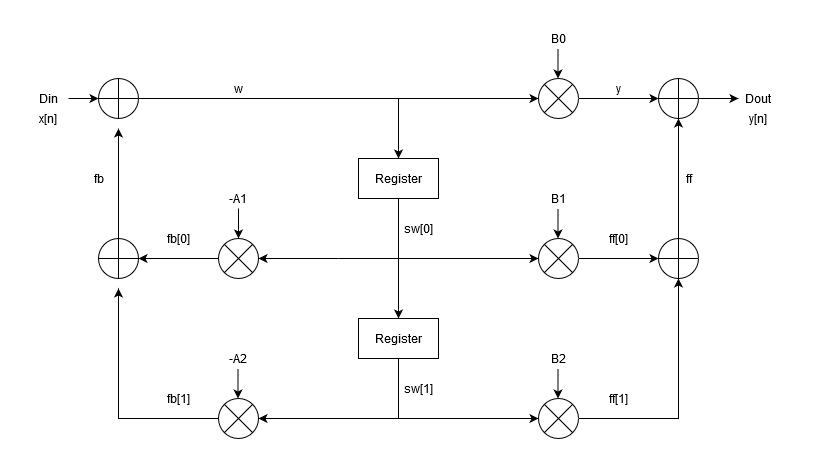
This is Lab1_ISA/Images/IIR_basic_version.png from alessionaclerio22/Integrated-Systems-Architecture-Labs, a draw.io export, as it was before one commit. Source tidied: cells renumbered, new cells last; positions are measured from the earlier drawing's top-left corner, leaving out a move shared by most shapes. Its diagram source:
```xml
<mxGraphModel background="#ffffff" math="1">
  <root>
    <mxCell id="0" />
    <mxCell id="1" parent="0" />
    <mxCell id="2" style="edgeStyle=orthogonalEdgeStyle;rounded=0;jettySize=auto;html=1;entryX=0.5;entryY=1;entryDx=0;entryDy=0;" parent="1" edge="1" source="3" target="5">
      <mxGeometry relative="1" as="geometry" />
    </mxCell>
    <mxCell id="3" style="shape=sumEllipse;perimeter=ellipsePerimeter;whiteSpace=wrap;html=1;backgroundOutline=1;direction=north;" parent="1" vertex="1">
      <mxGeometry x="190" y="210" width="40" height="40" as="geometry" />
    </mxCell>
    <mxCell id="4" style="edgeStyle=orthogonalEdgeStyle;rounded=0;jettySize=auto;html=1;exitX=1;exitY=0.5;exitDx=0;exitDy=0;" parent="1" edge="1" source="5">
      <mxGeometry relative="1" as="geometry">
        <mxPoint x="90" y="100" as="targetPoint" />
      </mxGeometry>
    </mxCell>
    <mxCell id="5" style="shape=orEllipse;perimeter=ellipsePerimeter;whiteSpace=wrap;html=1;backgroundOutline=1;direction=north;" parent="1" vertex="1">
      <mxGeometry x="70" y="210" width="40" height="40" as="geometry" />
    </mxCell>
    <mxCell id="6" style="edgeStyle=orthogonalEdgeStyle;rounded=0;jettySize=auto;html=1;" parent="1" edge="1" source="7">
      <mxGeometry relative="1" as="geometry">
        <mxPoint x="90" y="260" as="targetPoint" />
      </mxGeometry>
    </mxCell>
    <mxCell id="7" style="shape=sumEllipse;perimeter=ellipsePerimeter;whiteSpace=wrap;html=1;backgroundOutline=1;direction=north;" parent="1" vertex="1">
      <mxGeometry x="190" y="370" width="40" height="40" as="geometry" />
    </mxCell>
    <mxCell id="8" style="edgeStyle=orthogonalEdgeStyle;rounded=0;jettySize=auto;html=1;entryX=0;entryY=0.5;entryDx=0;entryDy=0;" parent="1" edge="1" source="9" target="11">
      <mxGeometry relative="1" as="geometry">
        <Array as="points">
          <mxPoint x="320" y="70" />
          <mxPoint x="320" y="70" />
        </Array>
      </mxGeometry>
    </mxCell>
    <mxCell id="9" style="shape=orEllipse;perimeter=ellipsePerimeter;whiteSpace=wrap;html=1;backgroundOutline=1;" parent="1" vertex="1">
      <mxGeometry x="70" y="50" width="40" height="40" as="geometry" />
    </mxCell>
    <mxCell id="10" style="edgeStyle=orthogonalEdgeStyle;rounded=0;jettySize=auto;html=1;" parent="1" edge="1" source="11">
      <mxGeometry relative="1" as="geometry">
        <mxPoint x="630" y="70" as="targetPoint" />
      </mxGeometry>
    </mxCell>
    <mxCell id="11" style="shape=sumEllipse;perimeter=ellipsePerimeter;whiteSpace=wrap;html=1;backgroundOutline=1;" parent="1" vertex="1">
      <mxGeometry x="510" y="50" width="40" height="40" as="geometry" />
    </mxCell>
    <mxCell id="12" style="edgeStyle=orthogonalEdgeStyle;rounded=0;jettySize=auto;html=1;" parent="1" edge="1" source="13">
      <mxGeometry relative="1" as="geometry">
        <mxPoint x="710" y="70" as="targetPoint" />
      </mxGeometry>
    </mxCell>
    <mxCell id="13" style="shape=orEllipse;perimeter=ellipsePerimeter;whiteSpace=wrap;html=1;backgroundOutline=1;" parent="1" vertex="1">
      <mxGeometry x="630" y="50" width="40" height="40" as="geometry" />
    </mxCell>
    <mxCell id="14" value="Dout" style="text;html=1;strokeColor=none;fillColor=none;align=center;verticalAlign=middle;whiteSpace=wrap;rounded=0;" parent="1" vertex="1">
      <mxGeometry x="700" y="60" width="60" height="20" as="geometry" />
    </mxCell>
    <mxCell id="15" style="edgeStyle=orthogonalEdgeStyle;rounded=0;jettySize=auto;html=1;" parent="1" edge="1" source="16" target="9">
      <mxGeometry relative="1" as="geometry" />
    </mxCell>
    <mxCell id="16" value="Din" style="text;html=1;strokeColor=none;fillColor=none;align=center;verticalAlign=middle;whiteSpace=wrap;rounded=0;" parent="1" vertex="1">
      <mxGeometry y="60" width="40" height="20" as="geometry" />
    </mxCell>
    <mxCell id="17" style="edgeStyle=orthogonalEdgeStyle;rounded=0;jettySize=auto;html=1;exitX=0.5;exitY=1;exitDx=0;exitDy=0;entryX=0.5;entryY=0;entryDx=0;entryDy=0;" parent="1" edge="1" source="18" target="21">
      <mxGeometry relative="1" as="geometry" />
    </mxCell>
    <mxCell id="18" value="Register" style="rounded=0;whiteSpace=wrap;html=1;" parent="1" vertex="1">
      <mxGeometry x="330" y="130" width="80" height="40" as="geometry" />
    </mxCell>
    <mxCell id="19" style="endArrow=classic;html=1;entryX=0.5;entryY=0;entryDx=0;entryDy=0;" parent="1" edge="1" target="18">
      <mxGeometry relative="1" as="geometry">
        <mxPoint x="370" y="70" as="sourcePoint" />
      </mxGeometry>
    </mxCell>
    <mxCell id="20" style="edgeStyle=orthogonalEdgeStyle;rounded=0;jettySize=auto;html=1;exitX=0.5;exitY=1;exitDx=0;exitDy=0;entryX=0;entryY=0.5;entryDx=0;entryDy=0;" parent="1" edge="1" source="21" target="27">
      <mxGeometry relative="1" as="geometry" />
    </mxCell>
    <mxCell id="21" value="Register" style="rounded=0;whiteSpace=wrap;html=1;" parent="1" vertex="1">
      <mxGeometry x="330" y="290" width="80" height="40" as="geometry" />
    </mxCell>
    <mxCell id="22" style="edgeStyle=orthogonalEdgeStyle;rounded=0;jettySize=auto;html=1;" parent="1" edge="1" source="23">
      <mxGeometry relative="1" as="geometry">
        <mxPoint x="630" y="230" as="targetPoint" />
      </mxGeometry>
    </mxCell>
    <mxCell id="23" style="shape=sumEllipse;perimeter=ellipsePerimeter;whiteSpace=wrap;html=1;backgroundOutline=1;" parent="1" vertex="1">
      <mxGeometry x="510" y="210" width="40" height="40" as="geometry" />
    </mxCell>
    <mxCell id="24" style="edgeStyle=orthogonalEdgeStyle;rounded=0;jettySize=auto;html=1;exitX=0.5;exitY=0;exitDx=0;exitDy=0;entryX=0.5;entryY=1;entryDx=0;entryDy=0;" parent="1" edge="1" source="25" target="13">
      <mxGeometry relative="1" as="geometry" />
    </mxCell>
    <mxCell id="25" style="shape=orEllipse;perimeter=ellipsePerimeter;whiteSpace=wrap;html=1;backgroundOutline=1;" parent="1" vertex="1">
      <mxGeometry x="630" y="210" width="40" height="40" as="geometry" />
    </mxCell>
    <mxCell id="26" style="edgeStyle=orthogonalEdgeStyle;rounded=0;jettySize=auto;html=1;entryX=0.5;entryY=1;entryDx=0;entryDy=0;" parent="1" edge="1" source="27" target="25">
      <mxGeometry relative="1" as="geometry" />
    </mxCell>
    <mxCell id="27" style="shape=sumEllipse;perimeter=ellipsePerimeter;whiteSpace=wrap;html=1;backgroundOutline=1;" parent="1" vertex="1">
      <mxGeometry x="510" y="370" width="40" height="40" as="geometry" />
    </mxCell>
    <mxCell id="28" style="endArrow=classic;html=1;entryX=0;entryY=0.5;entryDx=0;entryDy=0;" parent="1" edge="1" target="23">
      <mxGeometry relative="1" as="geometry">
        <mxPoint x="310" y="230" as="sourcePoint" />
      </mxGeometry>
    </mxCell>
    <mxCell id="29" style="endArrow=classic;html=1;entryX=0.5;entryY=1;entryDx=0;entryDy=0;" parent="1" edge="1" target="3">
      <mxGeometry relative="1" as="geometry">
        <mxPoint x="310" y="230" as="sourcePoint" />
      </mxGeometry>
    </mxCell>
    <mxCell id="30" style="endArrow=classic;html=1;entryX=0.5;entryY=1;entryDx=0;entryDy=0;" parent="1" edge="1" target="7">
      <mxGeometry relative="1" as="geometry">
        <mxPoint x="370" y="390" as="sourcePoint" />
      </mxGeometry>
    </mxCell>
    <mxCell id="31" style="endArrow=classic;html=1;entryX=1;entryY=0.5;entryDx=0;entryDy=0;" parent="1" edge="1" target="3">
      <mxGeometry relative="1" as="geometry">
        <mxPoint x="210" y="180" as="sourcePoint" />
      </mxGeometry>
    </mxCell>
    <mxCell id="32" style="endArrow=classic;html=1;entryX=1;entryY=0.5;entryDx=0;entryDy=0;" parent="1" edge="1">
      <mxGeometry relative="1" as="geometry">
        <mxPoint x="209.5" y="340" as="sourcePoint" />
        <mxPoint x="209.5" y="370" as="targetPoint" />
      </mxGeometry>
    </mxCell>
    <mxCell id="33" style="endArrow=classic;html=1;entryX=1;entryY=0.5;entryDx=0;entryDy=0;" parent="1" edge="1">
      <mxGeometry relative="1" as="geometry">
        <mxPoint x="529.5" y="180" as="sourcePoint" />
        <mxPoint x="529.5" y="210" as="targetPoint" />
      </mxGeometry>
    </mxCell>
    <mxCell id="34" style="endArrow=classic;html=1;entryX=1;entryY=0.5;entryDx=0;entryDy=0;" parent="1" edge="1">
      <mxGeometry relative="1" as="geometry">
        <mxPoint x="529.5" y="20" as="sourcePoint" />
        <mxPoint x="529.5" y="50" as="targetPoint" />
      </mxGeometry>
    </mxCell>
    <mxCell id="35" style="endArrow=classic;html=1;entryX=1;entryY=0.5;entryDx=0;entryDy=0;" parent="1" edge="1">
      <mxGeometry relative="1" as="geometry">
        <mxPoint x="529.5" y="340" as="sourcePoint" />
        <mxPoint x="529.5" y="370" as="targetPoint" />
      </mxGeometry>
    </mxCell>
    <mxCell id="36" value="-A1" style="text;html=1;strokeColor=none;fillColor=none;align=center;verticalAlign=middle;whiteSpace=wrap;rounded=0;" parent="1" vertex="1">
      <mxGeometry x="190" y="160" width="40" height="20" as="geometry" />
    </mxCell>
    <mxCell id="37" value="-A2" style="text;html=1;strokeColor=none;fillColor=none;align=center;verticalAlign=middle;whiteSpace=wrap;rounded=0;" parent="1" vertex="1">
      <mxGeometry x="190" y="320" width="40" height="20" as="geometry" />
    </mxCell>
    <mxCell id="38" value="B0" style="text;html=1;strokeColor=none;fillColor=none;align=center;verticalAlign=middle;whiteSpace=wrap;rounded=0;" parent="1" vertex="1">
      <mxGeometry x="510" width="40" height="20" as="geometry" />
    </mxCell>
    <mxCell id="39" value="B1" style="text;html=1;strokeColor=none;fillColor=none;align=center;verticalAlign=middle;whiteSpace=wrap;rounded=0;" parent="1" vertex="1">
      <mxGeometry x="510" y="160" width="40" height="20" as="geometry" />
    </mxCell>
    <mxCell id="40" value="B2" style="text;html=1;strokeColor=none;fillColor=none;align=center;verticalAlign=middle;whiteSpace=wrap;rounded=0;" parent="1" vertex="1">
      <mxGeometry x="510" y="320" width="40" height="20" as="geometry" />
    </mxCell>
    <mxCell id="41" value="x[n]" style="text;html=1;strokeColor=none;fillColor=none;align=center;verticalAlign=middle;whiteSpace=wrap;rounded=0;" parent="1" vertex="1">
      <mxGeometry y="80" width="40" height="20" as="geometry" />
    </mxCell>
    <mxCell id="42" value="y[n]" style="text;html=1;strokeColor=none;fillColor=none;align=center;verticalAlign=middle;whiteSpace=wrap;rounded=0;" parent="1" vertex="1">
      <mxGeometry x="710" y="80" width="40" height="20" as="geometry" />
    </mxCell>
    <mxCell id="43" value="sw[0]" style="text;html=1;strokeColor=none;fillColor=none;align=center;verticalAlign=middle;whiteSpace=wrap;rounded=0;" parent="1" vertex="1">
      <mxGeometry x="370" y="190" width="40" height="20" as="geometry" />
    </mxCell>
    <mxCell id="44" value="sw[1]" style="text;html=1;strokeColor=none;fillColor=none;align=center;verticalAlign=middle;whiteSpace=wrap;rounded=0;" parent="1" vertex="1">
      <mxGeometry x="370" y="350" width="40" height="20" as="geometry" />
    </mxCell>
    <mxCell id="45" value="fb[0]" style="text;html=1;strokeColor=none;fillColor=none;align=center;verticalAlign=middle;whiteSpace=wrap;rounded=0;" parent="1" vertex="1">
      <mxGeometry x="130" y="200" width="40" height="20" as="geometry" />
    </mxCell>
    <mxCell id="46" value="fb[1]" style="text;html=1;strokeColor=none;fillColor=none;align=center;verticalAlign=middle;whiteSpace=wrap;rounded=0;" parent="1" vertex="1">
      <mxGeometry x="130" y="360" width="40" height="20" as="geometry" />
    </mxCell>
    <mxCell id="47" value="ff[0]" style="text;html=1;strokeColor=none;fillColor=none;align=center;verticalAlign=middle;whiteSpace=wrap;rounded=0;" parent="1" vertex="1">
      <mxGeometry x="570" y="200" width="40" height="20" as="geometry" />
    </mxCell>
    <mxCell id="48" value="ff[1]" style="text;html=1;strokeColor=none;fillColor=none;align=center;verticalAlign=middle;whiteSpace=wrap;rounded=0;" parent="1" vertex="1">
      <mxGeometry x="570" y="360" width="40" height="20" as="geometry" />
    </mxCell>
    <mxCell id="49" value="w" style="text;html=1;strokeColor=none;fillColor=none;align=center;verticalAlign=middle;whiteSpace=wrap;rounded=0;" parent="1" vertex="1">
      <mxGeometry x="190" y="50" width="40" height="20" as="geometry" />
    </mxCell>
    <mxCell id="50" value="y" style="text;html=1;align=center;verticalAlign=middle;" parent="1" vertex="1">
      <mxGeometry x="580" y="50" width="20" height="20" as="geometry" />
    </mxCell>
    <mxCell id="51" value="ff" style="text;html=1;align=center;verticalAlign=middle;" parent="1" vertex="1">
      <mxGeometry x="650" y="140" width="20" height="20" as="geometry" />
    </mxCell>
    <mxCell id="52" value="fb" style="text;html=1;align=center;verticalAlign=middle;" parent="1" vertex="1">
      <mxGeometry x="55" y="140" width="30" height="20" as="geometry" />
    </mxCell>
  </root>
</mxGraphModel>
```
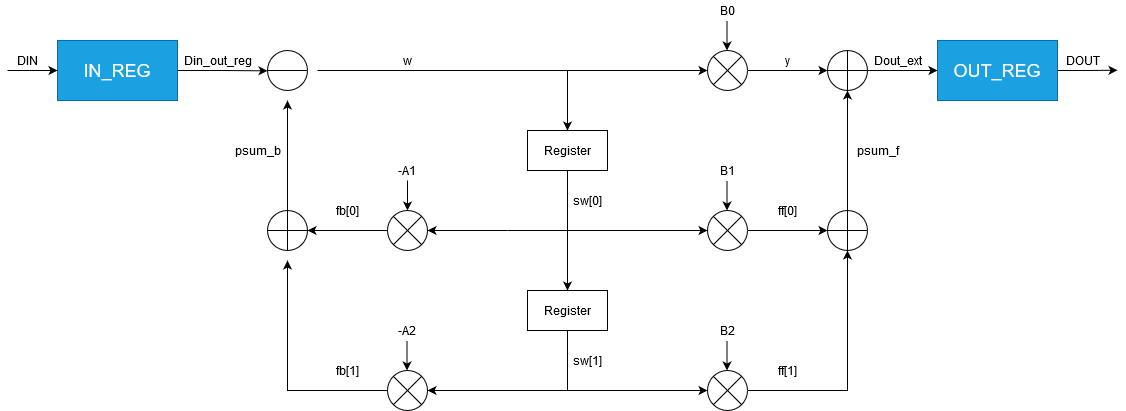
Above is the later version.

Change to the diagram source:
```diff
@@ -24,17 +24,15 @@
     <mxCell id="7" style="shape=sumEllipse;perimeter=ellipsePerimeter;whiteSpace=wrap;html=1;backgroundOutline=1;direction=north;" parent="1" vertex="1">
       <mxGeometry x="190" y="370" width="40" height="40" as="geometry" />
     </mxCell>
-    <mxCell id="8" style="edgeStyle=orthogonalEdgeStyle;rounded=0;jettySize=auto;html=1;entryX=0;entryY=0.5;entryDx=0;entryDy=0;" parent="1" edge="1" source="9" target="11">
+    <mxCell id="8" style="edgeStyle=orthogonalEdgeStyle;rounded=0;jettySize=auto;html=1;entryX=0;entryY=0.5;entryDx=0;entryDy=0;" parent="1" edge="1" target="11">
       <mxGeometry relative="1" as="geometry">
+        <mxPoint x="120" y="70" as="sourcePoint" />
         <Array as="points">
           <mxPoint x="320" y="70" />
           <mxPoint x="320" y="70" />
         </Array>
       </mxGeometry>
     </mxCell>
-    <mxCell id="9" style="shape=orEllipse;perimeter=ellipsePerimeter;whiteSpace=wrap;html=1;backgroundOutline=1;" parent="1" vertex="1">
-      <mxGeometry x="70" y="50" width="40" height="40" as="geometry" />
-    </mxCell>
     <mxCell id="10" style="edgeStyle=orthogonalEdgeStyle;rounded=0;jettySize=auto;html=1;" parent="1" edge="1" source="11">
       <mxGeometry relative="1" as="geometry">
         <mxPoint x="630" y="70" as="targetPoint" />
@@ -43,23 +41,12 @@
     <mxCell id="11" style="shape=sumEllipse;perimeter=ellipsePerimeter;whiteSpace=wrap;html=1;backgroundOutline=1;" parent="1" vertex="1">
       <mxGeometry x="510" y="50" width="40" height="40" as="geometry" />
     </mxCell>
-    <mxCell id="12" style="edgeStyle=orthogonalEdgeStyle;rounded=0;jettySize=auto;html=1;" parent="1" edge="1" source="13">
-      <mxGeometry relative="1" as="geometry">
-        <mxPoint x="710" y="70" as="targetPoint" />
-      </mxGeometry>
+    <mxCell id="12" style="edgeStyle=orthogonalEdgeStyle;rounded=0;jettySize=auto;html=1;entryX=0;entryY=0.5;entryDx=0;entryDy=0;" parent="1" edge="1" source="13" target="61">
+      <mxGeometry relative="1" as="geometry" />
     </mxCell>
     <mxCell id="13" style="shape=orEllipse;perimeter=ellipsePerimeter;whiteSpace=wrap;html=1;backgroundOutline=1;" parent="1" vertex="1">
       <mxGeometry x="630" y="50" width="40" height="40" as="geometry" />
     </mxCell>
-    <mxCell id="14" value="Dout" style="text;html=1;strokeColor=none;fillColor=none;align=center;verticalAlign=middle;whiteSpace=wrap;rounded=0;" parent="1" vertex="1">
-      <mxGeometry x="700" y="60" width="60" height="20" as="geometry" />
-    </mxCell>
-    <mxCell id="15" style="edgeStyle=orthogonalEdgeStyle;rounded=0;jettySize=auto;html=1;" parent="1" edge="1" source="16" target="9">
-      <mxGeometry relative="1" as="geometry" />
-    </mxCell>
-    <mxCell id="16" value="Din" style="text;html=1;strokeColor=none;fillColor=none;align=center;verticalAlign=middle;whiteSpace=wrap;rounded=0;" parent="1" vertex="1">
-      <mxGeometry y="60" width="40" height="20" as="geometry" />
-    </mxCell>
     <mxCell id="17" style="edgeStyle=orthogonalEdgeStyle;rounded=0;jettySize=auto;html=1;exitX=0.5;exitY=1;exitDx=0;exitDy=0;entryX=0.5;entryY=0;entryDx=0;entryDy=0;" parent="1" edge="1" source="18" target="21">
       <mxGeometry relative="1" as="geometry" />
     </mxCell>
@@ -156,12 +143,6 @@
     <mxCell id="40" value="B2" style="text;html=1;strokeColor=none;fillColor=none;align=center;verticalAlign=middle;whiteSpace=wrap;rounded=0;" parent="1" vertex="1">
       <mxGeometry x="510" y="320" width="40" height="20" as="geometry" />
     </mxCell>
-    <mxCell id="41" value="x[n]" style="text;html=1;strokeColor=none;fillColor=none;align=center;verticalAlign=middle;whiteSpace=wrap;rounded=0;" parent="1" vertex="1">
-      <mxGeometry y="80" width="40" height="20" as="geometry" />
-    </mxCell>
-    <mxCell id="42" value="y[n]" style="text;html=1;strokeColor=none;fillColor=none;align=center;verticalAlign=middle;whiteSpace=wrap;rounded=0;" parent="1" vertex="1">
-      <mxGeometry x="710" y="80" width="40" height="20" as="geometry" />
-    </mxCell>
     <mxCell id="43" value="sw[0]" style="text;html=1;strokeColor=none;fillColor=none;align=center;verticalAlign=middle;whiteSpace=wrap;rounded=0;" parent="1" vertex="1">
       <mxGeometry x="370" y="190" width="40" height="20" as="geometry" />
     </mxCell>
@@ -186,11 +167,56 @@
     <mxCell id="50" value="y" style="text;html=1;align=center;verticalAlign=middle;" parent="1" vertex="1">
       <mxGeometry x="580" y="50" width="20" height="20" as="geometry" />
     </mxCell>
-    <mxCell id="51" value="ff" style="text;html=1;align=center;verticalAlign=middle;" parent="1" vertex="1">
-      <mxGeometry x="650" y="140" width="20" height="20" as="geometry" />
+    <mxCell id="51" value="psum_f" style="text;html=1;align=center;verticalAlign=middle;" parent="1" vertex="1">
+      <mxGeometry x="650" y="140" width="60" height="20" as="geometry" />
     </mxCell>
-    <mxCell id="52" value="fb" style="text;html=1;align=center;verticalAlign=middle;" parent="1" vertex="1">
-      <mxGeometry x="55" y="140" width="30" height="20" as="geometry" />
+    <mxCell id="52" value="psum_b" style="text;html=1;align=center;verticalAlign=middle;" parent="1" vertex="1">
+      <mxGeometry x="30" y="140" width="60" height="20" as="geometry" />
     </mxCell>
+    <mxCell id="53" style="ellipse;whiteSpace=wrap;html=1;" parent="1" vertex="1">
+      <mxGeometry x="70" y="50" width="40" height="40" as="geometry" />
+    </mxCell>
+    <mxCell id="54" style="endArrow=none;html=1;exitX=0;exitY=0.5;exitDx=0;exitDy=0;entryX=1;entryY=0.5;entryDx=0;entryDy=0;" parent="1" edge="1" source="53" target="53">
+      <mxGeometry relative="1" as="geometry" />
+    </mxCell>
+    <mxCell id="55" style="edgeStyle=orthogonalEdgeStyle;rounded=0;jettySize=auto;html=1;exitX=1;exitY=0.5;exitDx=0;exitDy=0;" parent="1" edge="1" source="56">
+      <mxGeometry relative="1" as="geometry">
+        <mxPoint x="70" y="70.3" as="targetPoint" />
+        <Array as="points">
+          <mxPoint x="25" y="70" />
+        </Array>
+      </mxGeometry>
+    </mxCell>
+    <mxCell id="56" value="&lt;font style=&quot;font-size: 18px&quot;&gt;IN_REG&lt;/font&gt;" style="rounded=0;whiteSpace=wrap;html=1;fillColor=#1ba1e2;strokeColor=#006EAF;fontColor=#ffffff;" parent="1" vertex="1">
+      <mxGeometry x="-140" y="40" width="120" height="60" as="geometry" />
+    </mxCell>
+    <mxCell id="57" style="endArrow=classic;html=1;entryX=0;entryY=0.5;entryDx=0;entryDy=0;" parent="1" edge="1" target="56">
+      <mxGeometry relative="1" as="geometry">
+        <mxPoint x="-190" y="70" as="sourcePoint" />
+      </mxGeometry>
+    </mxCell>
+    <mxCell id="58" value="DIN" style="text;html=1;align=center;verticalAlign=middle;" parent="1" vertex="1">
+      <mxGeometry x="-190" y="50" width="40" height="20" as="geometry" />
+    </mxCell>
+    <mxCell id="59" value="Din_out_reg" style="text;html=1;align=center;verticalAlign=middle;" parent="1" vertex="1">
+      <mxGeometry x="-20" y="50" width="80" height="20" as="geometry" />
+    </mxCell>
+    <mxCell id="60" style="edgeStyle=orthogonalEdgeStyle;rounded=0;jettySize=auto;html=1;exitX=1;exitY=0.5;exitDx=0;exitDy=0;" parent="1" edge="1" source="61">
+      <mxGeometry relative="1" as="geometry">
+        <mxPoint x="920" y="69.7" as="targetPoint" />
+        <Array as="points">
+          <mxPoint x="890" y="70" />
+        </Array>
+      </mxGeometry>
+    </mxCell>
+    <mxCell id="61" value="&lt;font style=&quot;font-size: 18px&quot;&gt;OUT_REG&lt;/font&gt;" style="rounded=0;whiteSpace=wrap;html=1;fillColor=#1ba1e2;strokeColor=#006EAF;fontColor=#ffffff;" parent="1" vertex="1">
+      <mxGeometry x="740" y="40" width="120" height="60" as="geometry" />
+    </mxCell>
+    <mxCell id="62" value="Dout_ext" style="text;html=1;align=center;verticalAlign=middle;" parent="1" vertex="1">
+      <mxGeometry x="670" y="50" width="60" height="20" as="geometry" />
+    </mxCell>
+    <mxCell id="63" value="DOUT" style="text;html=1;align=center;verticalAlign=middle;" parent="1" vertex="1">
+      <mxGeometry x="860" y="50" width="50" height="20" as="geometry" />
+    </mxCell>
   </root>
 </mxGraphModel>
```
